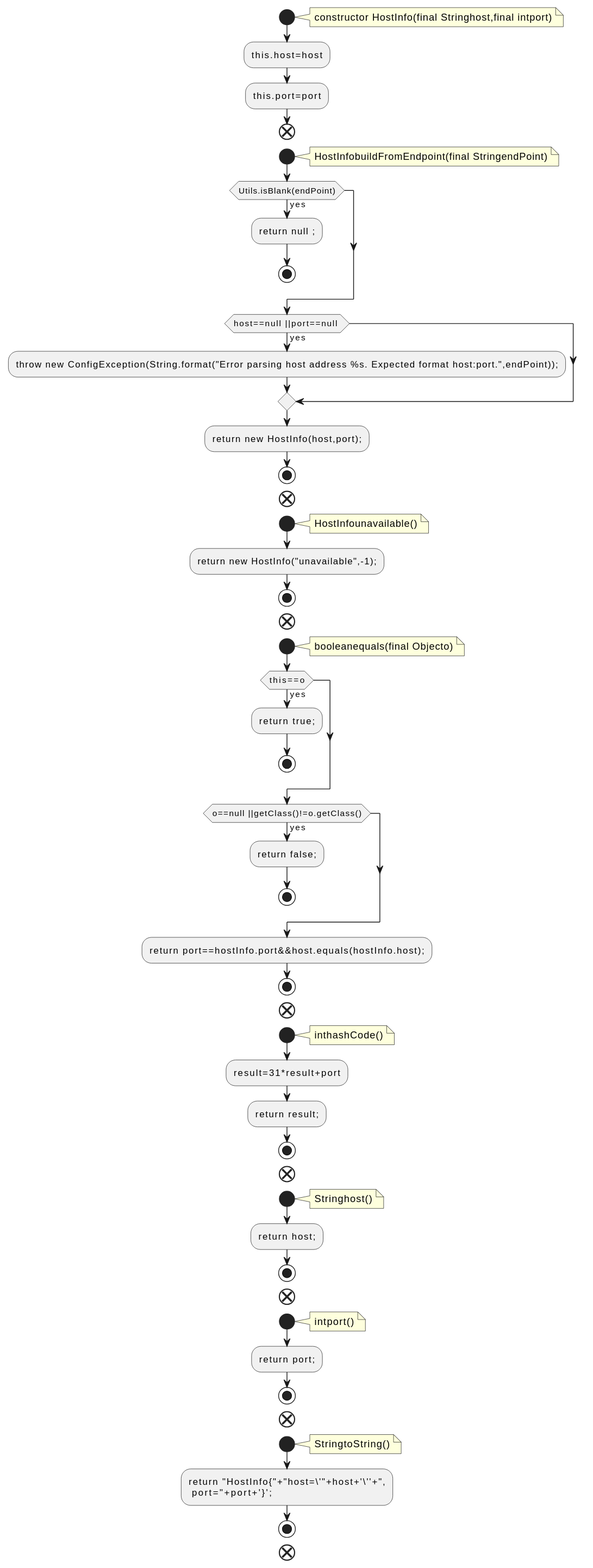
qualitesys/kafka keeps this PlantUML diagram as docs/qc/streams/src/main/java/org/apache/kafka/streams/state/HostInfo.java.fct.svg. Above is the earlier version.
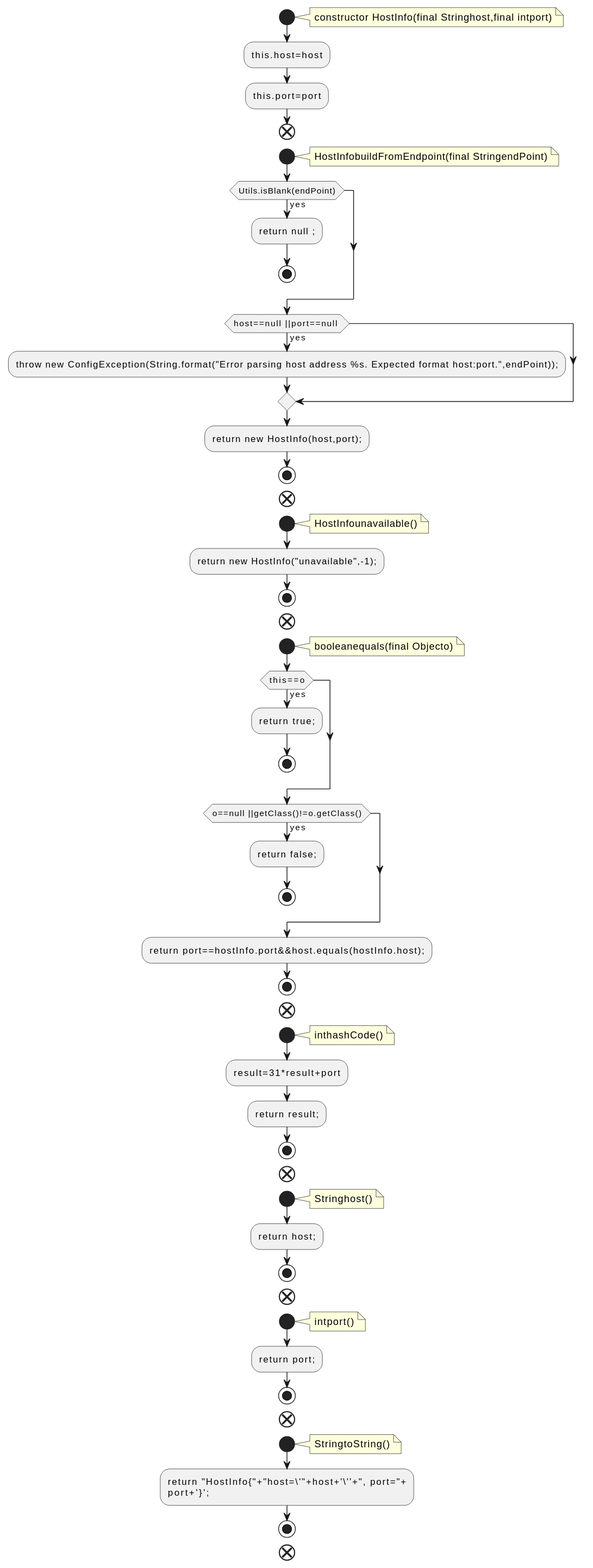
Later version of the same file.

Diff of the diagram source:
```diff
@@ -69,8 +69,8 @@
 note right
 StringtoString()
 end note
-:return "HostInfo{"+"host=\'"+host+'\''+",
- port="+port+'}';;
+:return "HostInfo{"+"host=\'"+host+'\''+", port="+
+port+'}';;
 stop
 end
 @enduml
```
